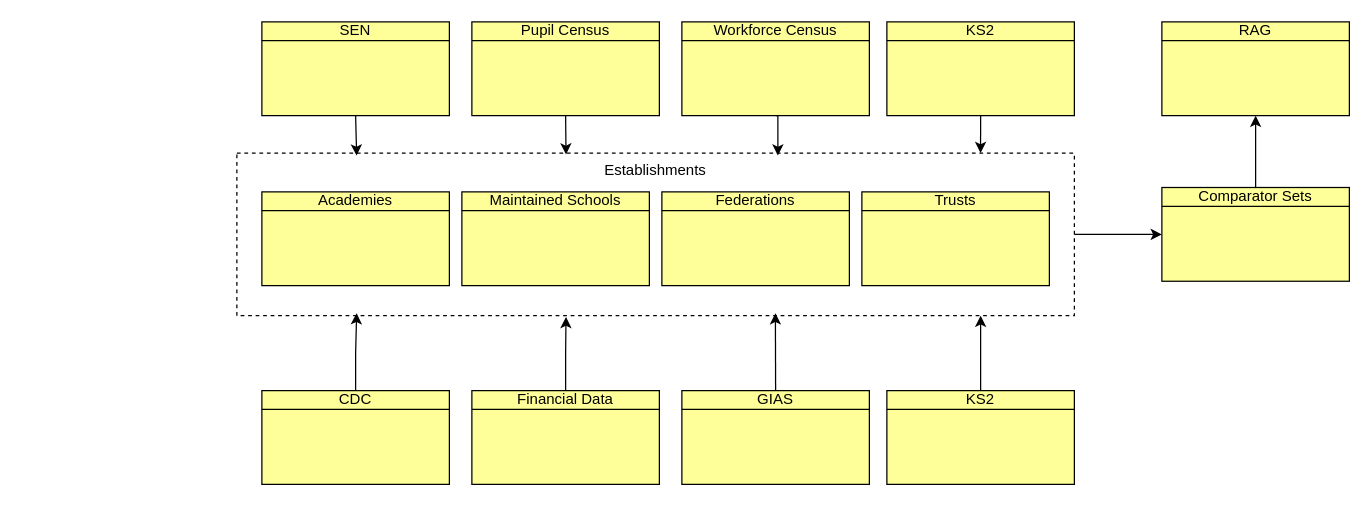
This is page "Logical Data Model" (5 of 10) of documentation/architecture/FBIT-Diagrams.drawio from DFE-Digital/education-benchmarking-and-insights, a draw.io file, before an edit. Source tidied: cells renumbered, new cells numbered last; positions are measured from the earlier drawing's top-left corner, leaving out a move shared by most shapes. Both pictures are drawn from the tidied source at 125%, with x=0, y=0 at pixel (236, 21).
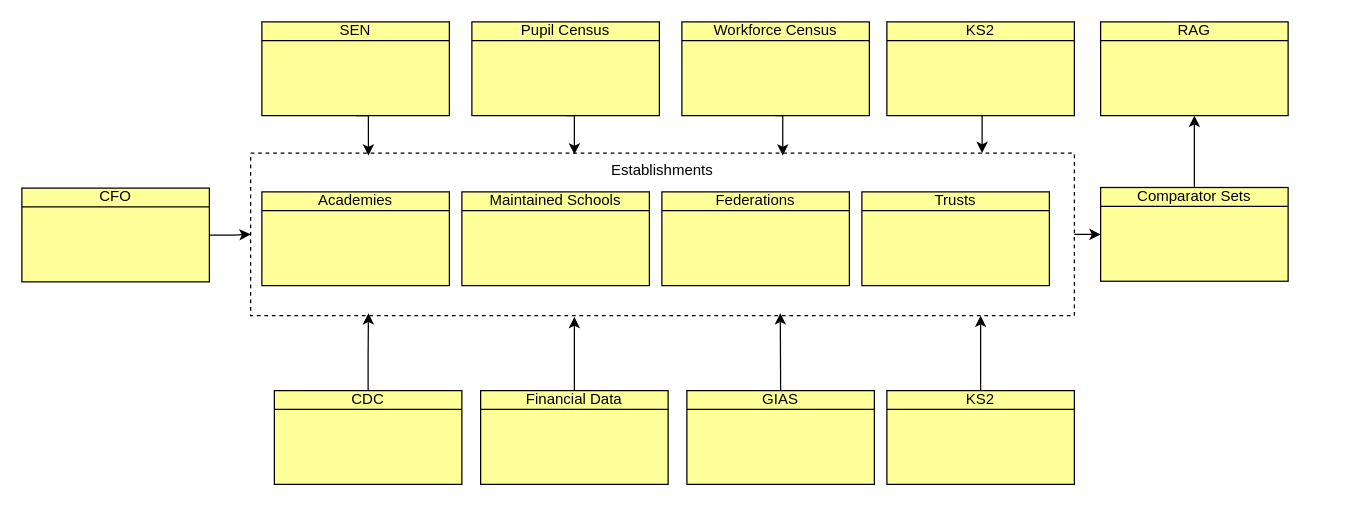
The same diagram, later.

The edit, as a diff of the source:
```diff
@@
     <mxCell id="2" value="Establishments" style="rounded=0;whiteSpace=wrap;html=1;fillColor=none;dashed=1;verticalAlign=top;" parent="1" vertex="1">
-      <mxGeometry y="105" width="670" height="130" as="geometry" />
+      <mxGeometry x="11" y="105" width="659" height="130" as="geometry" />
     </mxCell>
@@
     <mxCell id="5" value="Financial Data" style="html=1;outlineConnect=0;whiteSpace=wrap;fillColor=#ffff99;shape=mxgraph.archimate3.businessObject;overflow=fill;" parent="1" vertex="1">
-      <mxGeometry x="188" y="295" width="150" height="75" as="geometry" />
+      <mxGeometry x="195" y="295" width="150" height="75" as="geometry" />
     </mxCell>
@@
     <mxCell id="7" value="CDC" style="html=1;outlineConnect=0;whiteSpace=wrap;fillColor=#ffff99;shape=mxgraph.archimate3.businessObject;overflow=fill;" parent="1" vertex="1">
-      <mxGeometry x="20" y="295" width="150" height="75" as="geometry" />
+      <mxGeometry x="30" y="295" width="150" height="75" as="geometry" />
     </mxCell>
@@
     <mxCell id="12" value="Comparator Sets" style="html=1;outlineConnect=0;whiteSpace=wrap;fillColor=#ffff99;shape=mxgraph.archimate3.businessObject;overflow=fill;" parent="1" vertex="1">
-      <mxGeometry x="740" y="132.5" width="150" height="75" as="geometry" />
+      <mxGeometry x="691" y="132.5" width="150" height="75" as="geometry" />
     </mxCell>
@@
     <mxCell id="14" value="GIAS" style="html=1;outlineConnect=0;whiteSpace=wrap;fillColor=#ffff99;shape=mxgraph.archimate3.businessObject;overflow=fill;" parent="1" vertex="1">
-      <mxGeometry x="356" y="295" width="150" height="75" as="geometry" />
+      <mxGeometry x="360" y="295" width="150" height="75" as="geometry" />
     </mxCell>
@@
     <mxCell id="21" value="RAG" style="html=1;outlineConnect=0;whiteSpace=wrap;fillColor=#ffff99;shape=mxgraph.archimate3.businessObject;overflow=fill;" parent="1" vertex="1">
-      <mxGeometry x="740" width="150" height="75" as="geometry" />
+      <mxGeometry x="691" width="150" height="75" as="geometry" />
     </mxCell>
@@
+    <mxCell id="27" style="edgeStyle=orthogonalEdgeStyle;rounded=0;jettySize=auto;html=1;exitX=1;exitY=0.5;exitDx=0;exitDy=0;exitPerimeter=0;" parent="1" edge="1" source="28" target="2">
+      <mxGeometry relative="1" as="geometry" />
+    </mxCell>
+    <mxCell id="28" value="CFO" style="html=1;outlineConnect=0;whiteSpace=wrap;fillColor=#ffff99;shape=mxgraph.archimate3.businessObject;overflow=fill;" parent="1" vertex="1">
+      <mxGeometry x="-172" y="133" width="150" height="75" as="geometry" />
+    </mxCell>
```
